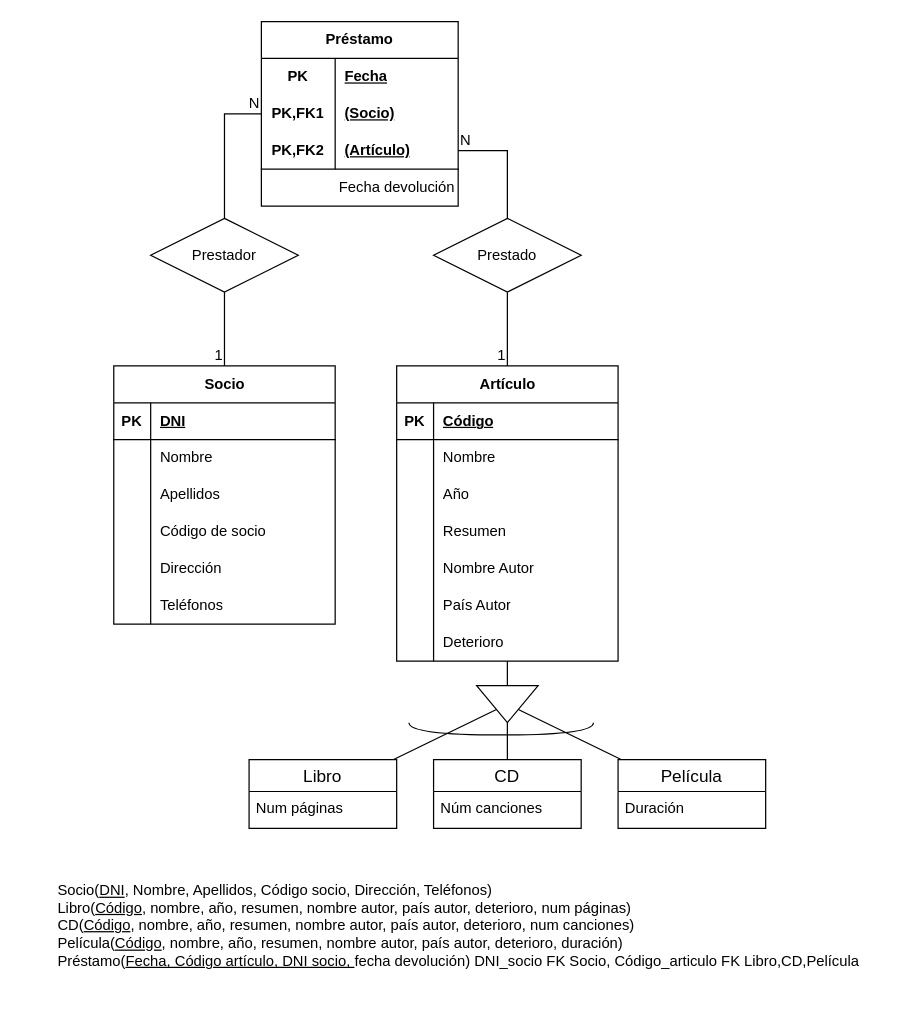
This is Ejercicio_6_Bilblioteca.drawio from BasementHalfStackDev/ejercicios-ud12, a draw.io file, before an edit. Source tidied: cells renumbered, new cells numbered last; positions are measured from the earlier drawing's top-left corner, leaving out a move shared by most shapes. Both pictures are drawn from the tidied source at 123%, with x=0, y=0 at pixel (39, 21).
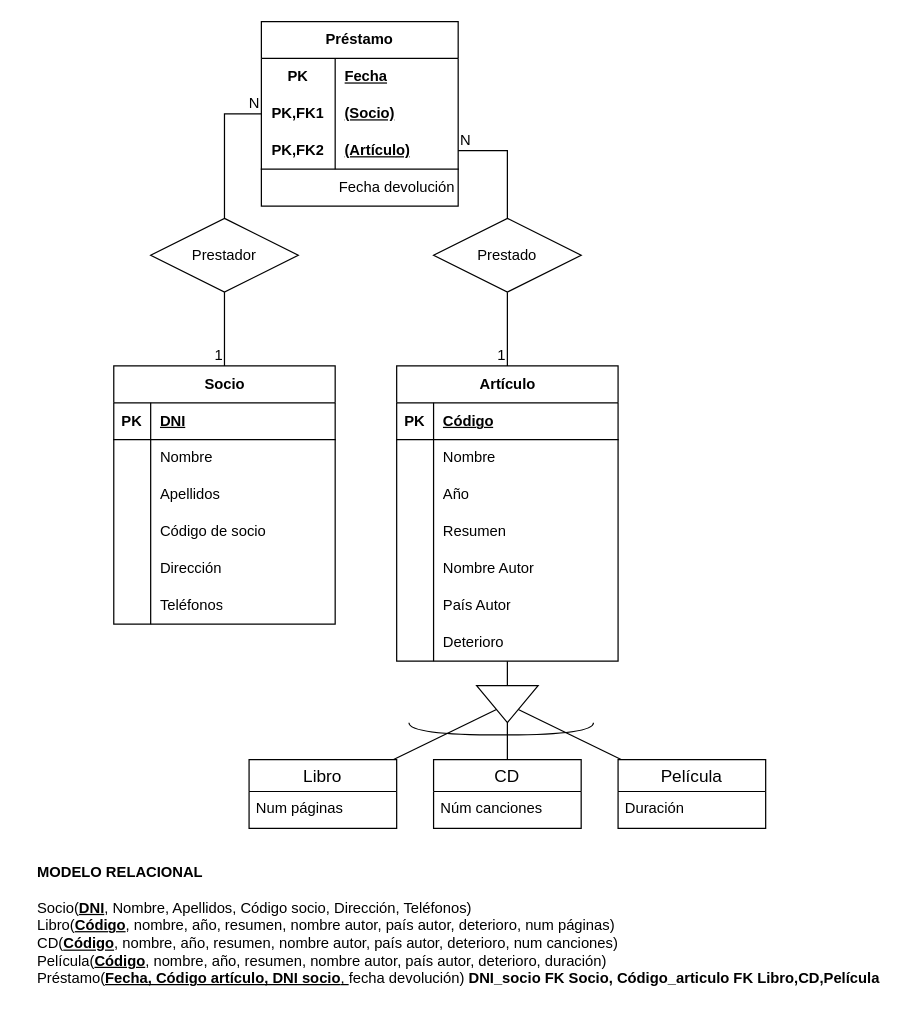
The same diagram, later.

Diff of the diagram source:
```diff
@@
-    <mxCell id="75" value="&lt;div style=&quot;text-align: left;&quot;&gt;&lt;span style=&quot;background-color: initial;&quot;&gt;Socio(&lt;/span&gt;&lt;u style=&quot;background-color: initial;&quot;&gt;DNI&lt;/u&gt;&lt;span style=&quot;background-color: initial;&quot;&gt;, Nombre, Apellidos, Código socio, Dirección, Teléfonos)&lt;/span&gt;&lt;/div&gt;&lt;div style=&quot;text-align: left;&quot;&gt;Libro(&lt;u&gt;Código&lt;/u&gt;, nombre, año, resumen, nombre autor, país autor, deterioro, num páginas)&lt;/div&gt;&lt;div style=&quot;text-align: left;&quot;&gt;CD(&lt;u&gt;Código&lt;/u&gt;, nombre, año, resumen, nombre autor, país autor, deterioro, num canciones)&lt;br&gt;&lt;/div&gt;&lt;div style=&quot;text-align: left;&quot;&gt;Película(&lt;u&gt;Código&lt;/u&gt;, nombre, año, resumen, nombre autor, país autor, deterioro, duración)&lt;br&gt;&lt;/div&gt;&lt;div style=&quot;text-align: left;&quot;&gt;Préstamo(&lt;u style=&quot;border-color: var(--border-color);&quot;&gt;Fecha, Código artículo, DNI socio,&amp;nbsp;&lt;/u&gt;fecha devolución) DNI_socio FK Socio, Código_articulo FK Libro,CD,Película&lt;br&gt;&lt;/div&gt;" style="text;html=1;align=center;verticalAlign=middle;strokeColor=none;fillColor=none;" parent="1" vertex="1">
-      <mxGeometry y="690" width="680" height="90" as="geometry" />
+    <mxCell id="75" value="&lt;div style=&quot;text-align: left;&quot;&gt;&lt;span style=&quot;background-color: initial;&quot;&gt;&lt;b&gt;MODELO RELACIONAL&lt;/b&gt;&lt;/span&gt;&lt;/div&gt;&lt;div style=&quot;text-align: left;&quot;&gt;&lt;span style=&quot;background-color: initial;&quot;&gt;&lt;br&gt;&lt;/span&gt;&lt;/div&gt;&lt;div style=&quot;text-align: left;&quot;&gt;&lt;span style=&quot;background-color: initial;&quot;&gt;Socio(&lt;/span&gt;&lt;u style=&quot;background-color: initial;&quot;&gt;&lt;b&gt;DNI&lt;/b&gt;&lt;/u&gt;&lt;span style=&quot;background-color: initial;&quot;&gt;, Nombre, Apellidos, Código socio, Dirección, Teléfonos)&lt;/span&gt;&lt;/div&gt;&lt;div style=&quot;text-align: left;&quot;&gt;Libro(&lt;u&gt;&lt;b&gt;Código&lt;/b&gt;&lt;/u&gt;, nombre, año, resumen, nombre autor, país autor, deterioro, num páginas)&lt;/div&gt;&lt;div style=&quot;text-align: left;&quot;&gt;CD(&lt;u&gt;&lt;b&gt;Código&lt;/b&gt;&lt;/u&gt;, nombre, año, resumen, nombre autor, país autor, deterioro, num canciones)&lt;br&gt;&lt;/div&gt;&lt;div style=&quot;text-align: left;&quot;&gt;Película(&lt;u&gt;&lt;b&gt;Código&lt;/b&gt;&lt;/u&gt;, nombre, año, resumen, nombre autor, país autor, deterioro, duración)&lt;br&gt;&lt;/div&gt;&lt;div style=&quot;text-align: left;&quot;&gt;Préstamo(&lt;u style=&quot;border-color: var(--border-color);&quot;&gt;&lt;b&gt;Fecha, Código artículo, DNI socio&lt;/b&gt;,&amp;nbsp;&lt;/u&gt;fecha devolución) &lt;b&gt;DNI_socio FK Socio, Código_articulo FK Libro,CD,Película&lt;/b&gt;&lt;br&gt;&lt;/div&gt;" style="text;html=1;align=center;verticalAlign=middle;strokeColor=none;fillColor=none;" parent="1" vertex="1">
+      <mxGeometry x="-15" y="680" width="710" height="110" as="geometry" />
     </mxCell>
```
